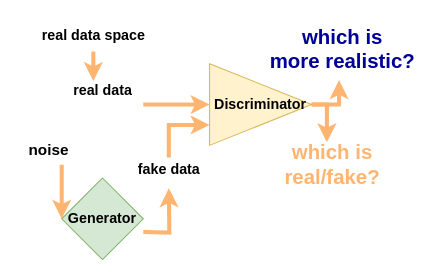
Before: RGANS-simple.drawio in huyle84/diagrams, a draw.io diagram. Source tidied: cells renumbered, new cells numbered last; positions are measured from the earlier drawing's top-left corner, leaving out a move shared by most shapes. Both pictures are drawn from the tidied source at 102%, with x=0, y=0 at pixel (17, 17).
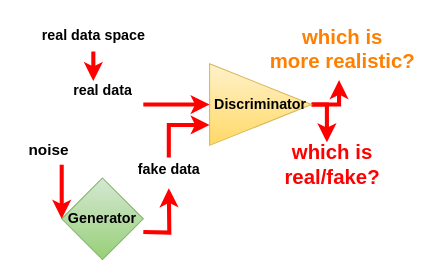
After the change.

Unchanged cells that the change refers to:
```xml
<mxCell id="7" value="&lt;font style=&quot;font-size: 15px;&quot;&gt;&lt;b&gt;noise&lt;/b&gt;&lt;/font&gt;" style="text;html=1;align=center;verticalAlign=middle;points=[];strokeColor=none;fillColor=none;" parent="1" vertex="1">
  <mxGeometry y="114" width="60" height="30" as="geometry" />
</mxCell>
```

Diff of the diagram source:
```diff
@@
-    <mxCell id="2" style="edgeStyle=orthogonalEdgeStyle;rounded=0;jettySize=auto;html=1;exitX=1;exitY=0.5;exitDx=0;exitDy=0;strokeWidth=4;strokeColor=#FFB570;" parent="1" edge="1" source="4">
+    <mxCell id="2" style="edgeStyle=orthogonalEdgeStyle;rounded=0;jettySize=auto;html=1;exitX=1;exitY=0.5;exitDx=0;exitDy=0;strokeWidth=4;strokeColor=#FF0000;" parent="1" edge="1" source="4">
       <mxGeometry relative="1" as="geometry">
         <mxPoint x="303" y="122" as="targetPoint" />
       </mxGeometry>
     </mxCell>
-    <mxCell id="3" style="edgeStyle=orthogonalEdgeStyle;rounded=0;jettySize=auto;html=1;strokeColor=#FFB570;strokeWidth=4;entryX=0.482;entryY=1.017;entryDx=0;entryDy=0;entryPerimeter=0;" parent="1" edge="1" source="4" target="16">
+    <mxCell id="3" style="edgeStyle=orthogonalEdgeStyle;rounded=0;jettySize=auto;html=1;strokeColor=#FF0000;strokeWidth=4;entryX=0.482;entryY=1.017;entryDx=0;entryDy=0;entryPerimeter=0;" parent="1" edge="1" source="4" target="16">
       <mxGeometry relative="1" as="geometry">
         <Array as="points">
           <mxPoint x="315" y="85" />
         </Array>
       </mxGeometry>
     </mxCell>
-    <mxCell id="4" value="&lt;font style=&quot;font-size: 14px;&quot;&gt;&lt;b&gt;Discriminator&lt;/b&gt;&lt;/font&gt;" style="triangle;whiteSpace=wrap;html=1;fillColor=#fff2cc;strokeColor=#d6b656;" parent="1" vertex="1">
+    <mxCell id="4" value="&lt;font style=&quot;font-size: 14px;&quot;&gt;&lt;b&gt;Discriminator&lt;/b&gt;&lt;/font&gt;" style="triangle;whiteSpace=wrap;html=1;fillColor=#fff2cc;strokeColor=#d6b656;gradientColor=#ffd966;" parent="1" vertex="1">
       <mxGeometry x="188" y="45" width="100" height="80" as="geometry" />
     </mxCell>
-    <mxCell id="5" value="&lt;b&gt;&lt;font style=&quot;font-size: 14px;&quot;&gt;Generator&lt;/font&gt;&lt;/b&gt;" style="rhombus;whiteSpace=wrap;html=1;fillColor=#d5e8d4;strokeColor=#82b366;" parent="1" vertex="1">
+    <mxCell id="5" value="&lt;b&gt;&lt;font style=&quot;font-size: 14px;&quot;&gt;Generator&lt;/font&gt;&lt;/b&gt;" style="rhombus;whiteSpace=wrap;html=1;fillColor=#d5e8d4;strokeColor=#82b366;gradientColor=#97d077;" parent="1" vertex="1">
       <mxGeometry x="43" y="157" width="80" height="80" as="geometry" />
     </mxCell>
-    <mxCell id="6" style="edgeStyle=orthogonalEdgeStyle;rounded=0;jettySize=auto;html=1;entryX=0;entryY=0.5;entryDx=0;entryDy=0;strokeWidth=4;fillColor=#f8cecc;strokeColor=#FFB570;" parent="1" edge="1" source="7" target="5">
+    <mxCell id="6" style="edgeStyle=orthogonalEdgeStyle;rounded=0;jettySize=auto;html=1;entryX=0;entryY=0.5;entryDx=0;entryDy=0;strokeWidth=4;fillColor=#f8cecc;strokeColor=#FF0000;" parent="1" edge="1" source="7" target="5">
       <mxGeometry relative="1" as="geometry">
         <Array as="points">
           <mxPoint x="43" y="138" />
         </Array>
       </mxGeometry>
     </mxCell>
@@
-    <mxCell id="8" style="edgeStyle=orthogonalEdgeStyle;rounded=0;jettySize=auto;html=1;entryX=0;entryY=0.75;entryDx=0;entryDy=0;strokeWidth=4;fillColor=#f8cecc;strokeColor=#FFB570;" parent="1" edge="1" target="4">
+    <mxCell id="8" style="edgeStyle=orthogonalEdgeStyle;rounded=0;jettySize=auto;html=1;entryX=0;entryY=0.75;entryDx=0;entryDy=0;strokeWidth=4;fillColor=#f8cecc;strokeColor=#FF0000;" parent="1" edge="1" target="4">
       <mxGeometry relative="1" as="geometry">
         <mxPoint x="148" y="137" as="sourcePoint" />
         <Array as="points">
           <mxPoint x="148" y="105" />
         </Array>
       </mxGeometry>
     </mxCell>
@@
-    <mxCell id="11" style="edgeStyle=orthogonalEdgeStyle;rounded=0;jettySize=auto;html=1;entryX=0;entryY=0.5;entryDx=0;entryDy=0;strokeWidth=4;fillColor=#f8cecc;strokeColor=#FFB570;" parent="1" edge="1" target="4">
+    <mxCell id="11" style="edgeStyle=orthogonalEdgeStyle;rounded=0;jettySize=auto;html=1;entryX=0;entryY=0.5;entryDx=0;entryDy=0;strokeWidth=4;fillColor=#f8cecc;strokeColor=#FF0000;" parent="1" edge="1" target="4">
       <mxGeometry relative="1" as="geometry">
         <mxPoint x="123" y="85" as="sourcePoint" />
         <Array as="points">
           <mxPoint x="143" y="85" />
           <mxPoint x="143" y="85" />
         </Array>
       </mxGeometry>
     </mxCell>
@@
-    <mxCell id="13" value="&lt;font color=&quot;#ffb570&quot; style=&quot;font-size: 20px;&quot;&gt;&lt;b&gt;which is &lt;br&gt;real/fake?&lt;/b&gt;&lt;/font&gt;" style="text;html=1;align=center;verticalAlign=middle;strokeColor=none;fillColor=none;" parent="1" vertex="1">
+    <mxCell id="13" value="&lt;font color=&quot;#ff0000&quot; style=&quot;font-size: 20px;&quot;&gt;&lt;b&gt;which is &lt;br&gt;real/fake?&lt;/b&gt;&lt;/font&gt;" style="text;html=1;align=center;verticalAlign=middle;strokeColor=none;fillColor=none;" parent="1" vertex="1">
       <mxGeometry x="248" y="113" width="120" height="60" as="geometry" />
     </mxCell>
-    <mxCell id="14" style="edgeStyle=orthogonalEdgeStyle;rounded=0;orthogonalLoop=1;jettySize=auto;html=1;exitX=1;exitY=0.5;exitDx=0;exitDy=0;entryX=0.5;entryY=1.1;entryDx=0;entryDy=0;entryPerimeter=0;strokeWidth=4;strokeColor=#FFB570;" parent="1" edge="1">
+    <mxCell id="14" style="edgeStyle=orthogonalEdgeStyle;rounded=0;orthogonalLoop=1;jettySize=auto;html=1;exitX=1;exitY=0.5;exitDx=0;exitDy=0;entryX=0.5;entryY=1.1;entryDx=0;entryDy=0;entryPerimeter=0;strokeWidth=4;strokeColor=#FF0000;" parent="1" edge="1">
       <mxGeometry relative="1" as="geometry">
         <mxPoint x="123" y="210" as="sourcePoint" />
         <mxPoint x="148" y="167" as="targetPoint" />
       </mxGeometry>
     </mxCell>
-    <mxCell id="15" style="edgeStyle=orthogonalEdgeStyle;rounded=0;orthogonalLoop=1;jettySize=auto;html=1;entryX=0.388;entryY=-0.1;entryDx=0;entryDy=0;entryPerimeter=0;strokeColor=#FFB570;strokeWidth=4;" parent="1" edge="1">
+    <mxCell id="15" style="edgeStyle=orthogonalEdgeStyle;rounded=0;orthogonalLoop=1;jettySize=auto;html=1;entryX=0.388;entryY=-0.1;entryDx=0;entryDy=0;entryPerimeter=0;strokeColor=#FF0000;strokeWidth=4;" parent="1" edge="1">
       <mxGeometry relative="1" as="geometry">
         <mxPoint x="74" y="33" as="sourcePoint" />
         <mxPoint x="74" y="62" as="targetPoint" />
       </mxGeometry>
     </mxCell>
-    <mxCell id="16" value="&lt;font color=&quot;#000099&quot; style=&quot;font-size: 20px;&quot;&gt;&lt;b&gt;which is &lt;br&gt;more realistic?&lt;/b&gt;&lt;/font&gt;" style="text;html=1;align=center;verticalAlign=middle;points=[];strokeColor=none;fillColor=none;" parent="1" vertex="1">
+    <mxCell id="16" value="&lt;font color=&quot;#ff8000&quot; style=&quot;font-size: 20px;&quot;&gt;&lt;b&gt;which is &lt;br&gt;more realistic?&lt;/b&gt;&lt;/font&gt;" style="text;html=1;align=center;verticalAlign=middle;points=[];strokeColor=none;fillColor=none;" parent="1" vertex="1">
       <mxGeometry x="233" width="170" height="60" as="geometry" />
     </mxCell>
```
